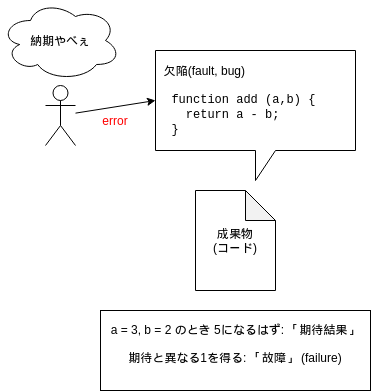
The draw.io diagram 2021/02/25/error_fault_failure.drawio.png in wand2016/study, before a commit. Source tidied: cells renumbered, new cells last; positions are measured from the earlier drawing's top-left corner, leaving out a move shared by most shapes. Its diagram source:
```xml
<mxGraphModel>
  <root>
    <mxCell id="0" />
    <mxCell id="1" parent="0" />
    <mxCell id="2" value="成果物&lt;br&gt;(コード)" style="shape=note;whiteSpace=wrap;html=1;backgroundOutline=1;darkOpacity=0.05;" parent="1" vertex="1">
      <mxGeometry x="195" y="190" width="80" height="100" as="geometry" />
    </mxCell>
    <mxCell id="3" value="&amp;nbsp; 欠陥(fault, bug)&lt;br&gt;&lt;br&gt;&lt;font face=&quot;Courier New&quot;&gt;&amp;nbsp; function add (a,b) {&lt;br&gt;&amp;nbsp; &amp;nbsp; return a - b;&lt;br&gt;&amp;nbsp; }&lt;/font&gt;" style="shape=callout;whiteSpace=wrap;html=1;perimeter=calloutPerimeter;align=left;" parent="1" vertex="1">
      <mxGeometry x="155" y="50" width="200" height="130" as="geometry" />
    </mxCell>
    <mxCell id="4" value="&lt;div&gt;a = 3, b = 2 のとき 5になるはず: 「期待結果」&lt;/div&gt;&lt;div&gt;&lt;br&gt;&lt;/div&gt;&lt;div&gt;期待と異なる1を得る: 「故障」 (failure)&lt;/div&gt;&lt;div&gt;&lt;br&gt;&lt;/div&gt;" style="rounded=0;whiteSpace=wrap;html=1;" parent="1" vertex="1">
      <mxGeometry x="100" y="310" width="270" height="80" as="geometry" />
    </mxCell>
    <mxCell id="5" style="rounded=0;jettySize=auto;html=1;entryX=0;entryY=0;entryDx=0;entryDy=50;entryPerimeter=0;" parent="1" edge="1" source="6" target="3">
      <mxGeometry relative="1" as="geometry" />
    </mxCell>
    <mxCell id="6" style="shape=umlActor;verticalLabelPosition=bottom;verticalAlign=top;html=1;outlineConnect=0;" parent="1" vertex="1">
      <mxGeometry x="45" y="85" width="30" height="60" as="geometry" />
    </mxCell>
    <mxCell id="7" value="納期やべぇ" style="ellipse;shape=cloud;whiteSpace=wrap;html=1;" parent="1" vertex="1">
      <mxGeometry width="120" height="80" as="geometry" />
    </mxCell>
    <mxCell id="8" value="&lt;font color=&quot;#ff0000&quot;&gt;error&lt;/font&gt;" style="text;html=1;strokeColor=none;fillColor=none;align=center;verticalAlign=middle;whiteSpace=wrap;rounded=0;" parent="1" vertex="1">
      <mxGeometry x="95" y="110" width="40" height="20" as="geometry" />
    </mxCell>
  </root>
</mxGraphModel>
```
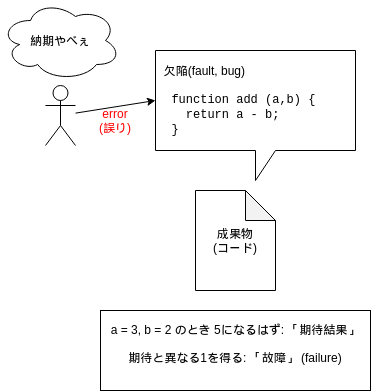
The same diagram one commit later.

The edit, as a diff of the source:
```diff
@@ -20,7 +20,7 @@
     <mxCell id="7" value="納期やべぇ" style="ellipse;shape=cloud;whiteSpace=wrap;html=1;" parent="1" vertex="1">
       <mxGeometry width="120" height="80" as="geometry" />
     </mxCell>
-    <mxCell id="8" value="&lt;font color=&quot;#ff0000&quot;&gt;error&lt;/font&gt;" style="text;html=1;strokeColor=none;fillColor=none;align=center;verticalAlign=middle;whiteSpace=wrap;rounded=0;" parent="1" vertex="1">
+    <mxCell id="8" value="&lt;font color=&quot;#ff0000&quot;&gt;error&lt;br&gt;(誤り)&lt;br&gt;&lt;/font&gt;" style="text;html=1;strokeColor=none;fillColor=none;align=center;verticalAlign=middle;whiteSpace=wrap;rounded=0;" parent="1" vertex="1">
       <mxGeometry x="95" y="110" width="40" height="20" as="geometry" />
     </mxCell>
   </root>
```
